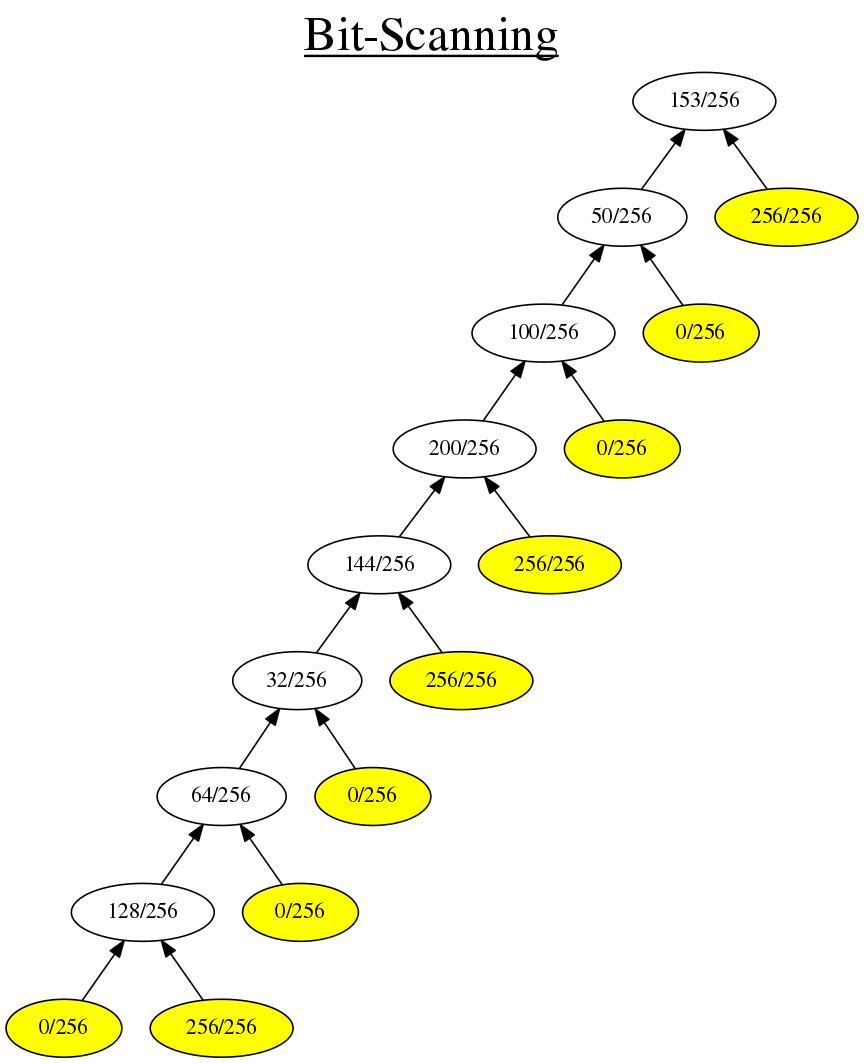
Before: GuiTool/image/BitScanning/BitScanningDot.png, a diagram exported from Graphviz (iitramar/guiTool). Its source is kept beside it as GuiTool/image/BitScanning/BitScanningDot.dot.
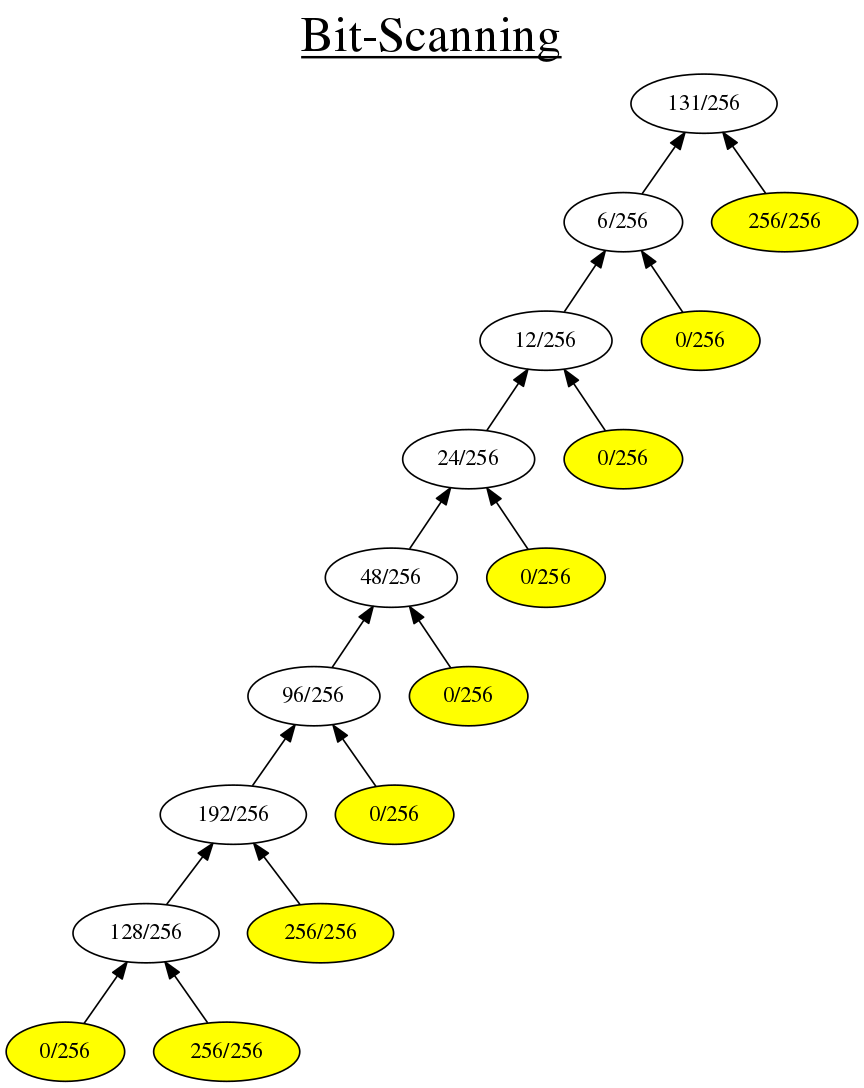
The same file after the commit.

The edit, as a diff of the source:
```diff
@@ -1,34 +1,34 @@
 digraph G {
 rankdir = BT;
 graph [label= <<u>Bit-Scanning</u>> , labelloc=t, fontsize=30];
-1[label= " 153/256 " ];
-2[label= " 50/256 " ];
+1[label= " 131/256 " ];
+2[label= " 6/256 " ];
 2->1
 3[label= " 256/256 " ];
 3->1
-4[label= " 100/256 " ];
+4[label= " 12/256 " ];
 4->2
 5[label= " 0/256 " ];
 5->2
-8[label= " 200/256 " ];
+8[label= " 24/256 " ];
 8->4
 9[label= " 0/256 " ];
 9->4
-16[label= " 144/256 " ];
+16[label= " 48/256 " ];
 16->8
-17[label= " 256/256 " ];
+17[label= " 0/256 " ];
 17->8
-32[label= " 32/256 " ];
+32[label= " 96/256 " ];
 32->16
-33[label= " 256/256 " ];
+33[label= " 0/256 " ];
 33->16
-64[label= " 64/256 " ];
+64[label= " 192/256 " ];
 64->32
 65[label= " 0/256 " ];
 65->32
 128[label= " 128/256 " ];
 128->64
-129[label= " 0/256 " ];
+129[label= " 256/256 " ];
 129->64
 256[label= " 0/256 " ];
 256->128
```
